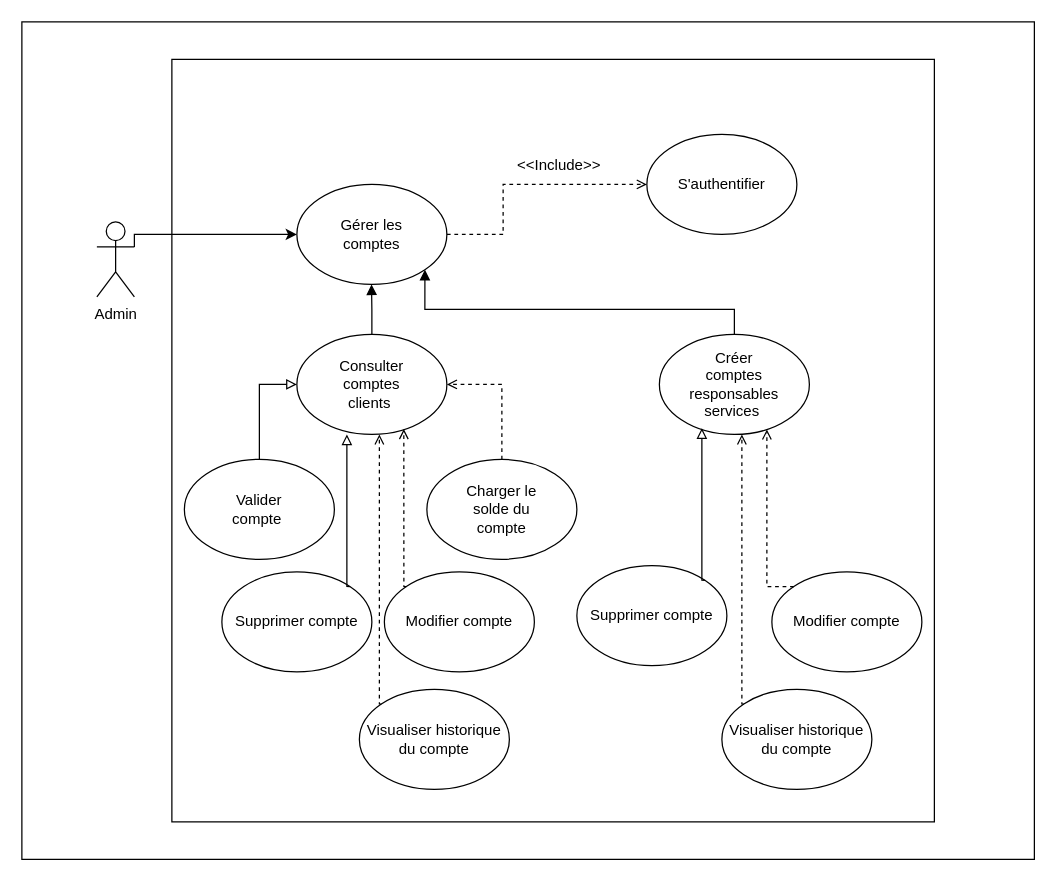
The draw.io diagram admin raffiné.drawio in labidimahdi/diagrams, before the edit. Source tidied: cells renumbered, new cells numbered last; positions are measured from the earlier drawing's top-left corner, leaving out a move shared by most shapes. Both pictures are drawn from the tidied source at 125%, with x=0, y=0 at pixel (21, 21).
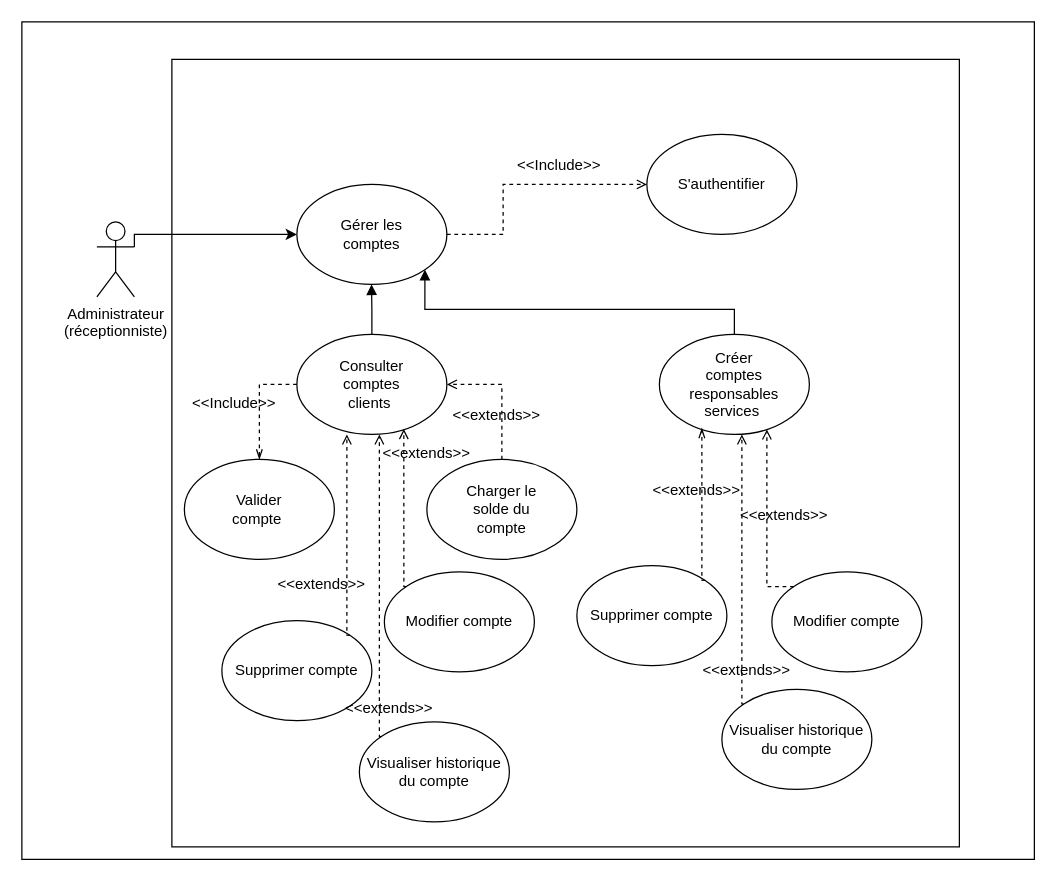
Above is the later version.

Commit message:
Mettre à jour admin raffiné.drawio

The change refers to these unchanged cells:
```xml
<mxCell id="18" style="ellipse;whiteSpace=wrap;html=1;" parent="16" vertex="1">
  <mxGeometry width="120" height="80" as="geometry" />
</mxCell>
<mxCell id="21" style="ellipse;whiteSpace=wrap;html=1;" parent="20" vertex="1">
  <mxGeometry width="120" height="80" as="geometry" />
</mxCell>
<mxCell id="23" style="group;" parent="1" vertex="1">
  <mxGeometry x="324" y="350" width="120" height="80" as="geometry" />
</mxCell>
<mxCell id="27" value="Supprimer compte" style="ellipse;whiteSpace=wrap;html=1;fontColor=none;" parent="26" vertex="1">
  <mxGeometry width="120" height="80" as="geometry" />
</mxCell>
<mxCell id="37" value="Supprimer compte" style="ellipse;whiteSpace=wrap;html=1;fontColor=none;" parent="36" vertex="1">
  <mxGeometry width="120" height="80" as="geometry" />
</mxCell>
<mxCell id="43" value="Visualiser historique du compte" style="ellipse;whiteSpace=wrap;html=1;fontColor=none;" parent="42" vertex="1">
  <mxGeometry width="120" height="80" as="geometry" />
</mxCell>
```

Diff of the diagram source:
```diff
@@
     <mxCell id="3" style="whiteSpace=wrap;html=1;" parent="1" vertex="1">
-      <mxGeometry x="120" y="30" width="610" height="610" as="geometry" />
+      <mxGeometry x="120" y="30" width="630" height="630" as="geometry" />
     </mxCell>
@@
-    <mxCell id="5" value="Admin" style="shape=umlActor;verticalLabelPosition=bottom;verticalAlign=top;html=1;outlineConnect=0;" parent="1" vertex="1">
+    <mxCell id="5" value="Administrateur&lt;br&gt;(réceptionniste)" style="shape=umlActor;verticalLabelPosition=bottom;verticalAlign=top;html=1;outlineConnect=0;" parent="1" vertex="1">
       <mxGeometry x="60" y="160" width="30" height="60" as="geometry" />
     </mxCell>
@@
+    <mxCell id="48" value="&amp;lt;&amp;lt;extends&amp;gt;&amp;gt;" style="text;html=1;strokeColor=none;fillColor=none;align=center;verticalAlign=middle;whiteSpace=wrap;rounded=0;fontColor=none;" parent="23" vertex="1">
+      <mxGeometry x="-30" y="-20" width="60" height="30" as="geometry" />
+    </mxCell>
     <mxCell id="26" style="group;" parent="1" vertex="1">
-      <mxGeometry x="160" y="440" width="120" height="80" as="geometry" />
+      <mxGeometry x="160" y="479" width="120" height="80" as="geometry" />
     </mxCell>
@@
-    <mxCell id="31" style="edgeStyle=orthogonalEdgeStyle;rounded=0;jettySize=auto;html=1;exitX=0.5;exitY=0;exitDx=0;exitDy=0;fontColor=none;endArrow=block;endFill=0;entryX=0;entryY=0.5;entryDx=0;entryDy=0;" parent="1" edge="1" source="21" target="18">
-      <mxGeometry relative="1" as="geometry" />
-    </mxCell>
-    <mxCell id="32" style="edgeStyle=orthogonalEdgeStyle;rounded=0;jettySize=auto;html=1;exitX=1;exitY=0;exitDx=0;exitDy=0;fontColor=none;endArrow=block;endFill=0;" parent="1" edge="1" source="27">
+    <mxCell id="32" style="edgeStyle=orthogonalEdgeStyle;rounded=0;jettySize=auto;html=1;exitX=1;exitY=0;exitDx=0;exitDy=0;fontColor=none;endArrow=open;endFill=0;dashed=1;" parent="1" edge="1" source="27">
       <mxGeometry relative="1" as="geometry">
         <mxPoint x="260" y="330" as="targetPoint" />
         <Array as="points">
-          <mxPoint x="260" y="452" />
+          <mxPoint x="260" y="491" />
         </Array>
       </mxGeometry>
     </mxCell>
@@
-    <mxCell id="38" style="edgeStyle=orthogonalEdgeStyle;rounded=0;jettySize=auto;html=1;exitX=1;exitY=0;exitDx=0;exitDy=0;fontColor=none;endArrow=block;endFill=0;" parent="1" edge="1" source="37">
+    <mxCell id="38" style="edgeStyle=orthogonalEdgeStyle;rounded=0;jettySize=auto;html=1;exitX=1;exitY=0;exitDx=0;exitDy=0;fontColor=none;endArrow=openThin;endFill=0;dashed=1;" parent="1" edge="1" source="37">
       <mxGeometry relative="1" as="geometry">
         <mxPoint x="544" y="325" as="targetPoint" />
         <Array as="points">
           <mxPoint x="544" y="447" />
         </Array>
       </mxGeometry>
     </mxCell>
@@
     <mxCell id="42" style="group;" parent="1" vertex="1">
-      <mxGeometry x="270" y="534" width="120" height="80" as="geometry" />
+      <mxGeometry x="270" y="560" width="120" height="80" as="geometry" />
     </mxCell>
@@
     <mxCell id="44" style="edgeStyle=orthogonalEdgeStyle;rounded=0;jettySize=auto;html=1;exitX=0;exitY=0;exitDx=0;exitDy=0;dashed=1;fontColor=none;endArrow=open;endFill=0;" parent="1" edge="1" source="43">
       <mxGeometry relative="1" as="geometry">
         <mxPoint x="286" y="330" as="targetPoint" />
         <Array as="points">
-          <mxPoint x="286" y="546" />
+          <mxPoint x="286" y="572" />
         </Array>
       </mxGeometry>
     </mxCell>
@@
+    <mxCell id="49" value="&amp;lt;&amp;lt;extends&amp;gt;&amp;gt;" style="text;html=1;strokeColor=none;fillColor=none;align=center;verticalAlign=middle;whiteSpace=wrap;rounded=0;fontColor=none;" parent="1" vertex="1">
+      <mxGeometry x="264" y="534" width="60" height="30" as="geometry" />
+    </mxCell>
+    <mxCell id="50" value="&amp;lt;&amp;lt;extends&amp;gt;&amp;gt;" style="text;html=1;strokeColor=none;fillColor=none;align=center;verticalAlign=middle;whiteSpace=wrap;rounded=0;fontColor=none;" parent="1" vertex="1">
+      <mxGeometry x="350" y="300" width="60" height="30" as="geometry" />
+    </mxCell>
+    <mxCell id="51" value="&amp;lt;&amp;lt;extends&amp;gt;&amp;gt;" style="text;html=1;strokeColor=none;fillColor=none;align=center;verticalAlign=middle;whiteSpace=wrap;rounded=0;fontColor=none;" parent="1" vertex="1">
+      <mxGeometry x="510" y="360" width="60" height="30" as="geometry" />
+    </mxCell>
+    <mxCell id="52" value="&amp;lt;&amp;lt;extends&amp;gt;&amp;gt;" style="text;html=1;strokeColor=none;fillColor=none;align=center;verticalAlign=middle;whiteSpace=wrap;rounded=0;fontColor=none;" parent="1" vertex="1">
+      <mxGeometry x="550" y="504" width="60" height="30" as="geometry" />
+    </mxCell>
+    <mxCell id="53" value="&amp;lt;&amp;lt;extends&amp;gt;&amp;gt;" style="text;html=1;strokeColor=none;fillColor=none;align=center;verticalAlign=middle;whiteSpace=wrap;rounded=0;fontColor=none;" parent="1" vertex="1">
+      <mxGeometry x="580" y="380" width="60" height="30" as="geometry" />
+    </mxCell>
+    <mxCell id="54" value="&amp;lt;&amp;lt;extends&amp;gt;&amp;gt;" style="text;html=1;strokeColor=none;fillColor=none;align=center;verticalAlign=middle;whiteSpace=wrap;rounded=0;fontColor=none;" parent="1" vertex="1">
+      <mxGeometry x="210" y="435" width="60" height="30" as="geometry" />
+    </mxCell>
+    <mxCell id="55" style="edgeStyle=orthogonalEdgeStyle;rounded=0;jettySize=auto;html=1;exitX=0;exitY=0.5;exitDx=0;exitDy=0;dashed=1;endArrow=openThin;endFill=0;" parent="1" edge="1" source="18" target="21">
+      <mxGeometry relative="1" as="geometry" />
+    </mxCell>
+    <mxCell id="56" value="&amp;lt;&amp;lt;Include&amp;gt;&amp;gt;" style="text;html=1;strokeColor=none;fillColor=none;align=center;verticalAlign=middle;whiteSpace=wrap;rounded=0;fontColor=none;" parent="1" vertex="1">
+      <mxGeometry x="140" y="290" width="60" height="30" as="geometry" />
+    </mxCell>
```
